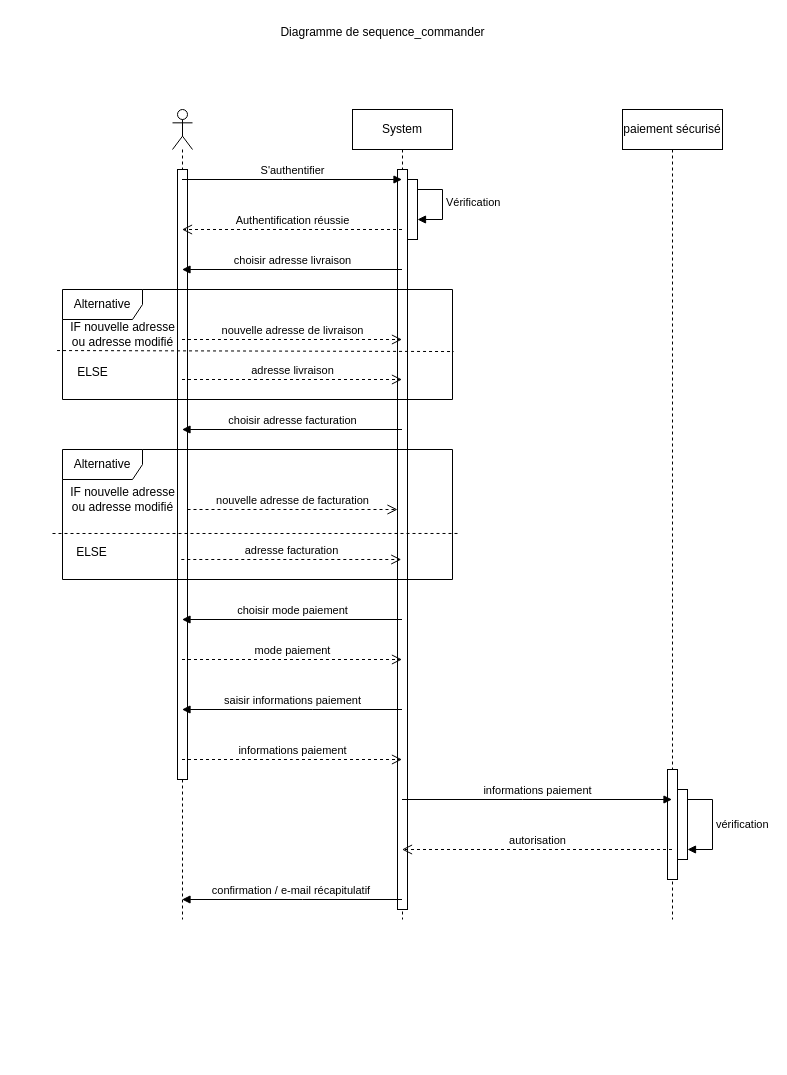
The draw.io diagram 2-développer des composants d'interface/1-Maquetter une application/3-Diagramme de sequence_commander.drawio in AL-HELOU/CDA, before the edit. Source tidied: cells renumbered, new cells numbered last; positions are measured from the earlier drawing's top-left corner, leaving out a move shared by most shapes. Both pictures are drawn from the tidied source at 100%, with x=0, y=0 at pixel (52, 17).
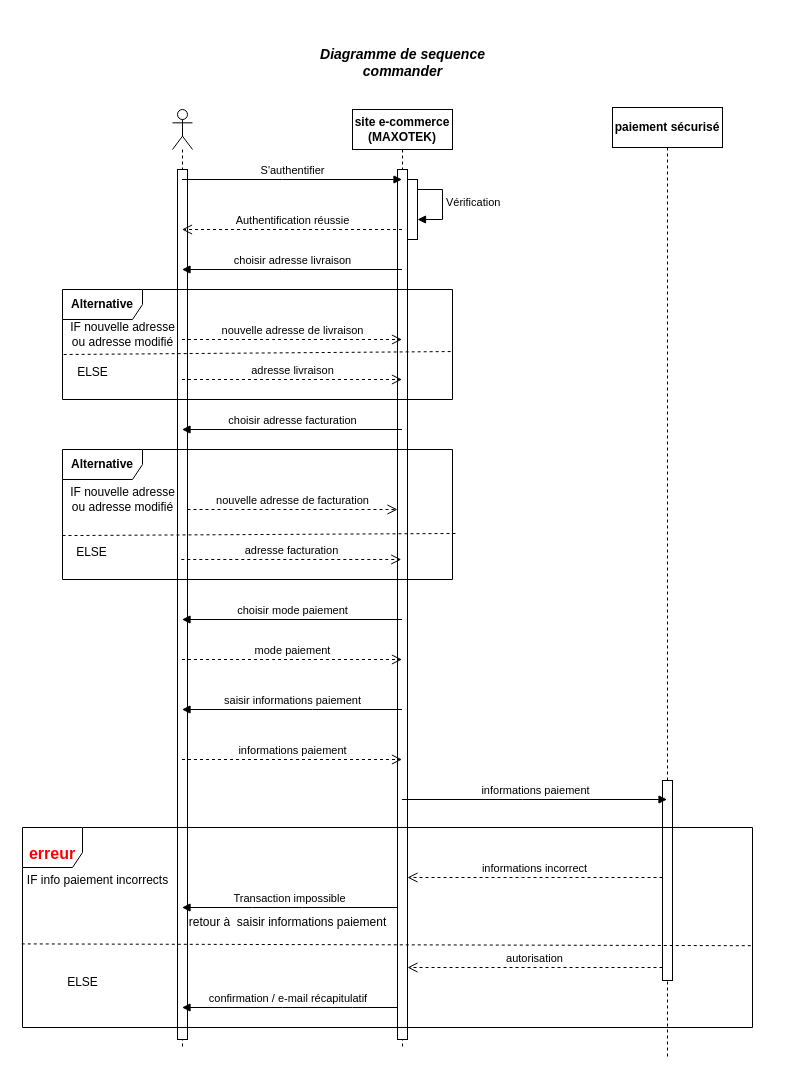
Above is the later version.

Commit message (it also covers changes not shown here):
ajoute du fichier (4-diagramme d'activite_commander.drawio)

The edit, as a diff of the source:
```diff
@@
     <mxCell id="2" style="shape=umlLifeline;perimeter=lifelinePerimeter;whiteSpace=wrap;html=1;outlineConnect=0;portConstraint=eastwest;newEdgeStyle={&quot;curved&quot;:0,&quot;rounded&quot;:0};participant=umlActor;" parent="1" vertex="1">
-      <mxGeometry x="120" y="92" width="20" height="810" as="geometry" />
+      <mxGeometry x="120" y="92" width="20" height="938" as="geometry" />
     </mxCell>
     <mxCell id="3" style="html=1;perimeter=orthogonalPerimeter;targetShapes=umlLifeline;newEdgeStyle={&quot;curved&quot;:0,&quot;rounded&quot;:0};" parent="2" vertex="1">
-      <mxGeometry x="5" y="60" width="10" height="610" as="geometry" />
+      <mxGeometry x="5" y="60" width="10" height="870" as="geometry" />
     </mxCell>
-    <mxCell id="4" value="System" style="shape=umlLifeline;perimeter=lifelinePerimeter;whiteSpace=wrap;html=1;outlineConnect=0;portConstraint=eastwest;newEdgeStyle={&quot;curved&quot;:0,&quot;rounded&quot;:0};" parent="1" vertex="1">
-      <mxGeometry x="300" y="92" width="100" height="810" as="geometry" />
+    <mxCell id="4" value="&lt;b&gt;site e-commerce (MAXOTEK)&lt;/b&gt;" style="shape=umlLifeline;perimeter=lifelinePerimeter;whiteSpace=wrap;html=1;outlineConnect=0;portConstraint=eastwest;newEdgeStyle={&quot;curved&quot;:0,&quot;rounded&quot;:0};" parent="1" vertex="1">
+      <mxGeometry x="300" y="92" width="100" height="938" as="geometry" />
     </mxCell>
     <mxCell id="5" style="html=1;points=[[0,0,0,0,5],[0,1,0,0,-5],[1,0,0,0,5],[1,1,0,0,-5]];perimeter=orthogonalPerimeter;outlineConnect=0;targetShapes=umlLifeline;portConstraint=eastwest;newEdgeStyle={&quot;curved&quot;:0,&quot;rounded&quot;:0};" parent="4" vertex="1">
-      <mxGeometry x="45" y="60" width="10" height="740" as="geometry" />
+      <mxGeometry x="45" y="60" width="10" height="870" as="geometry" />
     </mxCell>
@@
-    <mxCell id="11" value="Alternative" style="shape=umlFrame;whiteSpace=wrap;html=1;width=80;height=30;" parent="1" vertex="1">
+    <mxCell id="11" value="&lt;b&gt;Alternative&lt;/b&gt;" style="shape=umlFrame;whiteSpace=wrap;html=1;width=80;height=30;" parent="1" vertex="1">
       <mxGeometry x="10" y="272" width="390" height="110" as="geometry" />
     </mxCell>
@@
-    <mxCell id="13" style="endArrow=none;dashed=1;html=1;rounded=0;exitX=-0.014;exitY=0.555;exitDx=0;exitDy=0;exitPerimeter=0;entryX=1.003;entryY=0.564;entryDx=0;entryDy=0;entryPerimeter=0;" parent="1" edge="1" source="11" target="11">
+    <mxCell id="13" style="endArrow=none;dashed=1;html=1;rounded=0;exitX=0.003;exitY=0.591;exitDx=0;exitDy=0;exitPerimeter=0;entryX=1.003;entryY=0.564;entryDx=0;entryDy=0;entryPerimeter=0;" parent="1" edge="1" source="11" target="11">
       <mxGeometry relative="1" as="geometry" />
     </mxCell>
@@
-    <mxCell id="18" value="Alternative" style="shape=umlFrame;whiteSpace=wrap;html=1;width=80;height=30;" parent="1" vertex="1">
+    <mxCell id="18" value="&lt;b&gt;Alternative&lt;/b&gt;" style="shape=umlFrame;whiteSpace=wrap;html=1;width=80;height=30;" parent="1" vertex="1">
       <mxGeometry x="10" y="432" width="390" height="130" as="geometry" />
     </mxCell>
@@
-    <mxCell id="20" style="endArrow=none;dashed=1;html=1;rounded=0;entryX=1.013;entryY=0.646;entryDx=0;entryDy=0;entryPerimeter=0;" parent="1" edge="1" target="18">
-      <mxGeometry relative="1" as="geometry">
-        <mxPoint y="516" as="sourcePoint" />
-      </mxGeometry>
+    <mxCell id="20" style="endArrow=none;dashed=1;html=1;rounded=0;entryX=1.013;entryY=0.646;entryDx=0;entryDy=0;entryPerimeter=0;exitX=0;exitY=0.662;exitDx=0;exitDy=0;exitPerimeter=0;" parent="1" edge="1" source="18" target="18">
+      <mxGeometry relative="1" as="geometry" />
     </mxCell>
@@
-    <mxCell id="24" value="paiement sécurisé" style="shape=umlLifeline;perimeter=lifelinePerimeter;whiteSpace=wrap;html=1;outlineConnect=0;portConstraint=eastwest;newEdgeStyle={&quot;curved&quot;:0,&quot;rounded&quot;:0};" parent="1" vertex="1">
-      <mxGeometry x="570" y="92" width="100" height="810" as="geometry" />
+    <mxCell id="24" value="&lt;b&gt;paiement sécurisé&lt;/b&gt;" style="shape=umlLifeline;perimeter=lifelinePerimeter;whiteSpace=wrap;html=1;outlineConnect=0;portConstraint=eastwest;newEdgeStyle={&quot;curved&quot;:0,&quot;rounded&quot;:0};" parent="1" vertex="1">
+      <mxGeometry x="560" y="90" width="110" height="950" as="geometry" />
     </mxCell>
     <mxCell id="25" style="html=1;points=[[0,0,0,0,5],[0,1,0,0,-5],[1,0,0,0,5],[1,1,0,0,-5]];perimeter=orthogonalPerimeter;outlineConnect=0;targetShapes=umlLifeline;portConstraint=eastwest;newEdgeStyle={&quot;curved&quot;:0,&quot;rounded&quot;:0};" parent="24" vertex="1">
-      <mxGeometry x="45" y="660" width="10" height="110" as="geometry" />
+      <mxGeometry x="50" y="673" width="10" height="200" as="geometry" />
     </mxCell>
-    <mxCell id="26" style="html=1;points=[[0,0,0,0,5],[0,1,0,0,-5],[1,0,0,0,5],[1,1,0,0,-5]];perimeter=orthogonalPerimeter;outlineConnect=0;targetShapes=umlLifeline;portConstraint=eastwest;newEdgeStyle={&quot;curved&quot;:0,&quot;rounded&quot;:0};" parent="24" vertex="1">
-      <mxGeometry x="55" y="680" width="10" height="70" as="geometry" />
-    </mxCell>
-    <mxCell id="27" value="vérification" style="html=1;align=left;spacingLeft=2;endArrow=block;rounded=0;edgeStyle=orthogonalEdgeStyle;curved=0;rounded=0;" parent="24" edge="1" source="26" target="26">
-      <mxGeometry relative="1" as="geometry">
-        <Array as="points">
-          <mxPoint x="90" y="690" />
-          <mxPoint x="90" y="740" />
-        </Array>
-      </mxGeometry>
-    </mxCell>
@@
-    <mxCell id="31" value="autorisation" style="html=1;verticalAlign=bottom;endArrow=open;dashed=1;endSize=8;curved=0;rounded=0;" parent="1" edge="1" source="24" target="4">
+    <mxCell id="31" value="autorisation" style="html=1;verticalAlign=bottom;endArrow=open;dashed=1;endSize=8;curved=0;rounded=0;" parent="1" edge="1" source="25" target="5">
       <mxGeometry relative="1" as="geometry">
         <Array as="points">
-          <mxPoint x="490" y="832" />
+          <mxPoint x="550" y="950" />
+          <mxPoint x="480" y="950" />
+          <mxPoint x="430" y="950" />
         </Array>
       </mxGeometry>
     </mxCell>
@@
-    <mxCell id="34" value="confirmation / e-mail récapitulatif&amp;nbsp;" style="html=1;verticalAlign=bottom;endArrow=block;curved=0;rounded=0;" parent="1" edge="1" source="4" target="2">
+    <mxCell id="34" value="confirmation / e-mail récapitulatif&amp;nbsp;" style="html=1;verticalAlign=bottom;endArrow=block;curved=0;rounded=0;" parent="1" edge="1" source="5" target="2">
       <mxGeometry relative="1" as="geometry">
         <Array as="points">
-          <mxPoint x="250" y="882" />
+          <mxPoint x="300" y="990" />
+          <mxPoint x="230" y="990" />
         </Array>
       </mxGeometry>
     </mxCell>
-    <mxCell id="35" value="Diagramme de sequence_commander" style="text;html=1;align=center;verticalAlign=middle;strokeColor=none;fillColor=none;" parent="1" vertex="1">
-      <mxGeometry x="215" width="230" height="30" as="geometry" />
+    <mxCell id="35" value="&lt;font style=&quot;font-size: 14px;&quot;&gt;&lt;b&gt;&lt;i&gt;Diagramme de sequence&lt;br&gt;commander&lt;/i&gt;&lt;/b&gt;&lt;/font&gt;" style="text;html=1;align=center;verticalAlign=middle;strokeColor=none;fillColor=none;" parent="1" vertex="1">
+      <mxGeometry x="255" y="20" width="190" height="50" as="geometry" />
     </mxCell>
+    <mxCell id="36" value="&lt;p style=&quot;line-height: 1px; margin-bottom: 0cm; background: transparent; color: rgb(0, 0, 0); font-size: medium; text-align: start;&quot;&gt;&lt;font color=&quot;#ff0000&quot;&gt;&lt;b&gt;erreur&lt;/b&gt;&lt;/font&gt;&lt;/p&gt;" style="shape=umlFrame;whiteSpace=wrap;html=1;width=60;height=40;" parent="1" vertex="1">
+      <mxGeometry x="-30" y="810" width="730" height="200" as="geometry" />
+    </mxCell>
+    <mxCell id="37" value="IF info paiement incorrects" style="text;html=1;align=center;verticalAlign=middle;strokeColor=none;fillColor=none;" parent="1" vertex="1">
+      <mxGeometry x="-35" y="848" width="160" height="30" as="geometry" />
+    </mxCell>
+    <mxCell id="38" value="ELSE" style="text;html=1;align=center;verticalAlign=middle;strokeColor=none;fillColor=none;" parent="1" vertex="1">
+      <mxGeometry x="5" y="950" width="50" height="30" as="geometry" />
+    </mxCell>
+    <mxCell id="39" value="informations incorrect" style="html=1;verticalAlign=bottom;endArrow=open;dashed=1;endSize=8;curved=0;rounded=0;" parent="1" edge="1" source="25" target="5">
+      <mxGeometry relative="1" as="geometry">
+        <Array as="points">
+          <mxPoint x="470" y="860" />
+        </Array>
+      </mxGeometry>
+    </mxCell>
+    <mxCell id="40" value="Transaction impossible" style="html=1;verticalAlign=bottom;endArrow=block;curved=0;rounded=0;" parent="1" edge="1" source="5" target="2">
+      <mxGeometry relative="1" as="geometry">
+        <Array as="points">
+          <mxPoint x="250" y="890" />
+          <mxPoint x="200" y="890" />
+        </Array>
+      </mxGeometry>
+    </mxCell>
+    <mxCell id="41" value="retour à&amp;nbsp;&amp;nbsp;saisir informations paiement" style="text;html=1;align=center;verticalAlign=middle;strokeColor=none;fillColor=none;" parent="1" vertex="1">
+      <mxGeometry x="125" y="890" width="220" height="30" as="geometry" />
+    </mxCell>
+    <mxCell id="42" style="endArrow=none;dashed=1;html=1;rounded=0;exitX=-0.001;exitY=0.582;exitDx=0;exitDy=0;exitPerimeter=0;entryX=1.001;entryY=0.591;entryDx=0;entryDy=0;entryPerimeter=0;" parent="1" edge="1" source="36" target="36">
+      <mxGeometry relative="1" as="geometry" />
+    </mxCell>
```
